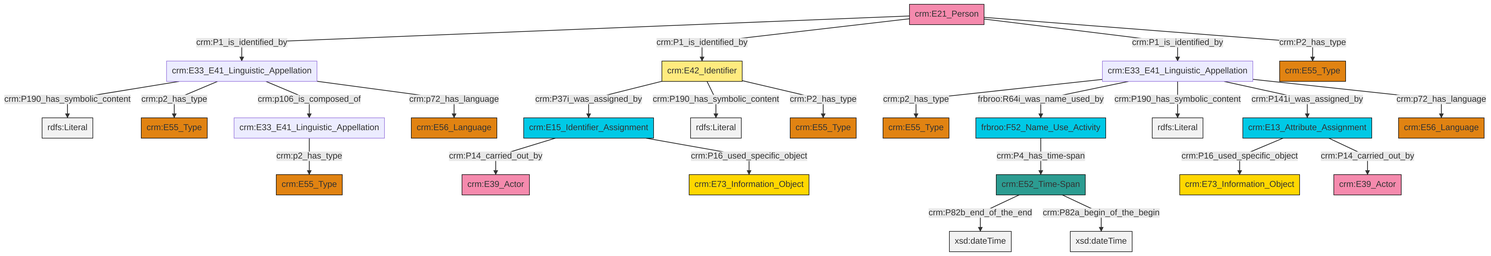
swiss-art-research-net/reference-data-models keeps this Mermaid diagram as et/personCSV/ttl/mmd/png/Person_Names_and_Classification.png. Above is the earlier version. Its source is kept beside it as et/personCSV/ttl/mmd/Person_Names_and_Classification.ttl.mmd.
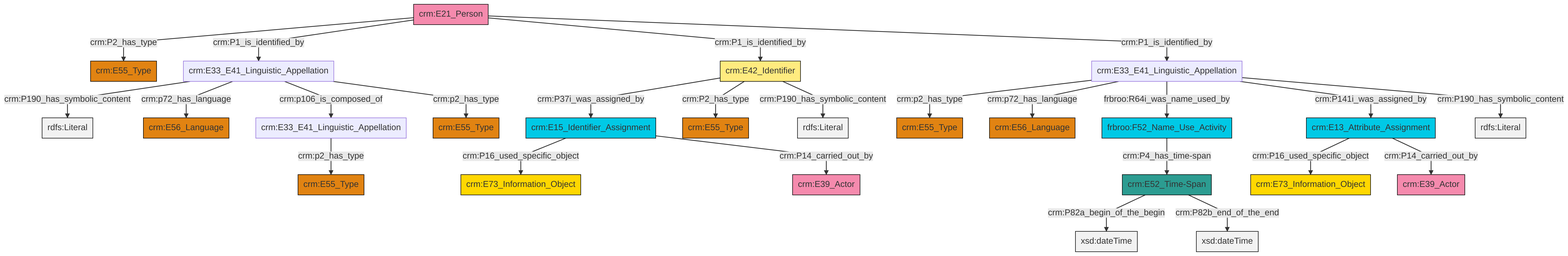
The same file after the commit.

Change to the diagram source:
```diff
@@ -13,27 +13,27 @@
 classDef PC_Classes fill:#4ce600, stroke:#000000;
 classDef Multi fill:#cccccc,stroke:#000000;
 
-0["crm:E42_Identifier"]:::Appellation -->|crm:P37i_was_assigned_by| 1["crm:E15_Identifier_Assignment"]:::Temporal_Entity
-2["crm:E21_Person"]:::Actor -->|crm:P1_is_identified_by| 3["crm:E33_E41_Linguistic_Appellation"]:::Default
-3["crm:E33_E41_Linguistic_Appellation"]:::Default -->|crm:P190_has_symbolic_content| 4[rdfs:Literal]:::Literal
-5["crm:E33_E41_Linguistic_Appellation"]:::Default -->|crm:p2_has_type| 6["crm:E55_Type"]:::Type
-0["crm:E42_Identifier"]:::Appellation -->|crm:P190_has_symbolic_content| 9[rdfs:Literal]:::Literal
-3["crm:E33_E41_Linguistic_Appellation"]:::Default -->|crm:p2_has_type| 10["crm:E55_Type"]:::Type
-11["crm:E13_Attribute_Assignment"]:::Temporal_Entity -->|crm:P16_used_specific_object| 12["crm:E73_Information_Object"]:::Conceptual_Object
-11["crm:E13_Attribute_Assignment"]:::Temporal_Entity -->|crm:P14_carried_out_by| 7["crm:E39_Actor"]:::Actor
-1["crm:E15_Identifier_Assignment"]:::Temporal_Entity -->|crm:P14_carried_out_by| 15["crm:E39_Actor"]:::Actor
-19["crm:E52_Time-Span"]:::Time-Span -->|crm:P82b_end_of_the_end| 20[xsd:dateTime]:::Literal
-1["crm:E15_Identifier_Assignment"]:::Temporal_Entity -->|crm:P16_used_specific_object| 17["crm:E73_Information_Object"]:::Conceptual_Object
-3["crm:E33_E41_Linguistic_Appellation"]:::Default -->|crm:p106_is_composed_of| 13["crm:E33_E41_Linguistic_Appellation"]:::Default
-19["crm:E52_Time-Span"]:::Time-Span -->|crm:P82a_begin_of_the_begin| 26[xsd:dateTime]:::Literal
-5["crm:E33_E41_Linguistic_Appellation"]:::Default -->|frbroo:R64i_was_name_used_by| 30["frbroo:F52_Name_Use_Activity"]:::Temporal_Entity
-5["crm:E33_E41_Linguistic_Appellation"]:::Default -->|crm:P190_has_symbolic_content| 31[rdfs:Literal]:::Literal
-5["crm:E33_E41_Linguistic_Appellation"]:::Default -->|crm:P141i_was_assigned_by| 11["crm:E13_Attribute_Assignment"]:::Temporal_Entity
-3["crm:E33_E41_Linguistic_Appellation"]:::Default -->|crm:p72_has_language| 27["crm:E56_Language"]:::Type
-0["crm:E42_Identifier"]:::Appellation -->|crm:P2_has_type| 37["crm:E55_Type"]:::Type
-13["crm:E33_E41_Linguistic_Appellation"]:::Default -->|crm:p2_has_type| 21["crm:E55_Type"]:::Type
-30["frbroo:F52_Name_Use_Activity"]:::Temporal_Entity -->|crm:P4_has_time-span| 19["crm:E52_Time-Span"]:::Time-Span
-2["crm:E21_Person"]:::Actor -->|crm:P1_is_identified_by| 0["crm:E42_Identifier"]:::Appellation
-2["crm:E21_Person"]:::Actor -->|crm:P1_is_identified_by| 5["crm:E33_E41_Linguistic_Appellation"]:::Default
-2["crm:E21_Person"]:::Actor -->|crm:P2_has_type| 39["crm:E55_Type"]:::Type
-5["crm:E33_E41_Linguistic_Appellation"]:::Default -->|crm:p72_has_language| 23["crm:E56_Language"]:::Type
+12["crm:E52_Time-Span"]:::Time-Span -->|crm:P82a_begin_of_the_begin| 13[xsd:dateTime]:::Literal
+8["crm:E33_E41_Linguistic_Appellation"]:::Default -->|crm:p2_has_type| 18["crm:E55_Type"]:::Type
+6["crm:E21_Person"]:::Actor -->|crm:P2_has_type| 21["crm:E55_Type"]:::Type
+22["crm:E33_E41_Linguistic_Appellation"]:::Default -->|crm:p2_has_type| 23["crm:E55_Type"]:::Type
+24["crm:E42_Identifier"]:::Appellation -->|crm:P37i_was_assigned_by| 25["crm:E15_Identifier_Assignment"]:::Temporal_Entity
+24["crm:E42_Identifier"]:::Appellation -->|crm:P2_has_type| 16["crm:E55_Type"]:::Type
+6["crm:E21_Person"]:::Actor -->|crm:P1_is_identified_by| 14["crm:E33_E41_Linguistic_Appellation"]:::Default
+19["crm:E13_Attribute_Assignment"]:::Temporal_Entity -->|crm:P16_used_specific_object| 27["crm:E73_Information_Object"]:::Conceptual_Object
+25["crm:E15_Identifier_Assignment"]:::Temporal_Entity -->|crm:P16_used_specific_object| 28["crm:E73_Information_Object"]:::Conceptual_Object
+22["crm:E33_E41_Linguistic_Appellation"]:::Default -->|crm:p72_has_language| 4["crm:E56_Language"]:::Type
+22["crm:E33_E41_Linguistic_Appellation"]:::Default -->|frbroo:R64i_was_name_used_by| 0["frbroo:F52_Name_Use_Activity"]:::Temporal_Entity
+14["crm:E33_E41_Linguistic_Appellation"]:::Default -->|crm:P190_has_symbolic_content| 32[rdfs:Literal]:::Literal
+22["crm:E33_E41_Linguistic_Appellation"]:::Default -->|crm:P141i_was_assigned_by| 19["crm:E13_Attribute_Assignment"]:::Temporal_Entity
+14["crm:E33_E41_Linguistic_Appellation"]:::Default -->|crm:p72_has_language| 34["crm:E56_Language"]:::Type
+14["crm:E33_E41_Linguistic_Appellation"]:::Default -->|crm:p106_is_composed_of| 8["crm:E33_E41_Linguistic_Appellation"]:::Default
+0["frbroo:F52_Name_Use_Activity"]:::Temporal_Entity -->|crm:P4_has_time-span| 12["crm:E52_Time-Span"]:::Time-Span
+19["crm:E13_Attribute_Assignment"]:::Temporal_Entity -->|crm:P14_carried_out_by| 36["crm:E39_Actor"]:::Actor
+14["crm:E33_E41_Linguistic_Appellation"]:::Default -->|crm:p2_has_type| 10["crm:E55_Type"]:::Type
+25["crm:E15_Identifier_Assignment"]:::Temporal_Entity -->|crm:P14_carried_out_by| 2["crm:E39_Actor"]:::Actor
+24["crm:E42_Identifier"]:::Appellation -->|crm:P190_has_symbolic_content| 39[rdfs:Literal]:::Literal
+22["crm:E33_E41_Linguistic_Appellation"]:::Default -->|crm:P190_has_symbolic_content| 41[rdfs:Literal]:::Literal
+6["crm:E21_Person"]:::Actor -->|crm:P1_is_identified_by| 24["crm:E42_Identifier"]:::Appellation
+6["crm:E21_Person"]:::Actor -->|crm:P1_is_identified_by| 22["crm:E33_E41_Linguistic_Appellation"]:::Default
+12["crm:E52_Time-Span"]:::Time-Span -->|crm:P82b_end_of_the_end| 46[xsd:dateTime]:::Literal
```
